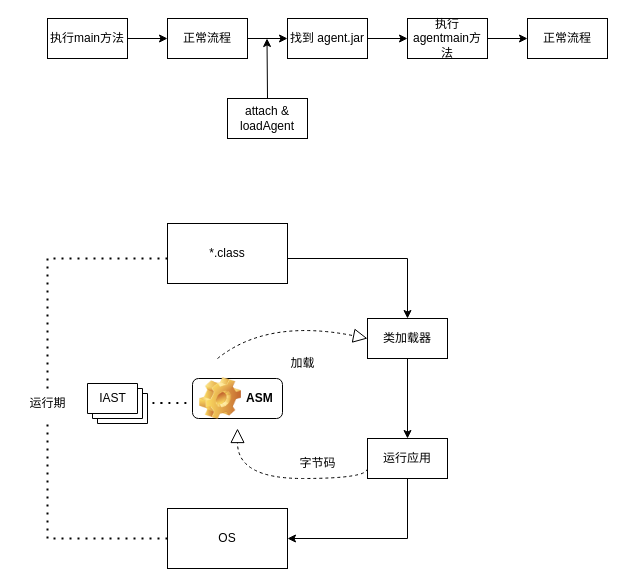
The draw.io diagram 未命名绘图.drawio in zzzskd/pictureandor, before the edit. Source tidied: cells renumbered, new cells numbered last; positions are measured from the earlier drawing's top-left corner, leaving out a move shared by most shapes. Both pictures are drawn from the tidied source at 100%, with x=0, y=0 at pixel (17, 18).
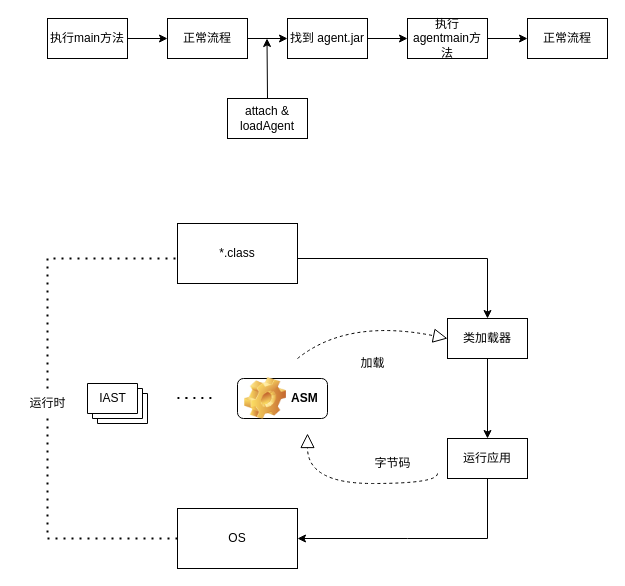
After the change.

Commit message:
更新未命名绘图.drawio

Diff of the diagram source:
```diff
@@
     <mxCell id="13" value="*.class" style="rounded=0;whiteSpace=wrap;html=1;" parent="1" vertex="1">
-      <mxGeometry x="150" y="205" width="120" height="60" as="geometry" />
+      <mxGeometry x="160" y="205" width="120" height="60" as="geometry" />
     </mxCell>
     <mxCell id="14" value="OS" style="rounded=0;whiteSpace=wrap;html=1;" parent="1" vertex="1">
-      <mxGeometry x="150" y="490" width="120" height="60" as="geometry" />
+      <mxGeometry x="160" y="490" width="120" height="60" as="geometry" />
     </mxCell>
     <mxCell id="15" value="类加载器" style="rounded=0;whiteSpace=wrap;html=1;" parent="1" vertex="1">
-      <mxGeometry x="350" y="300" width="80" height="40" as="geometry" />
+      <mxGeometry x="430" y="300" width="80" height="40" as="geometry" />
     </mxCell>
     <mxCell id="16" value="运行应用" style="rounded=0;whiteSpace=wrap;html=1;" parent="1" vertex="1">
-      <mxGeometry x="350" y="420" width="80" height="40" as="geometry" />
+      <mxGeometry x="430" y="420" width="80" height="40" as="geometry" />
     </mxCell>
     <mxCell id="17" value="ASM" style="label;whiteSpace=wrap;html=1;image=img/clipart/Gear_128x128.png;" parent="1" vertex="1">
-      <mxGeometry x="175" y="360" width="90" height="40" as="geometry" />
+      <mxGeometry x="220" y="360" width="90" height="40" as="geometry" />
     </mxCell>
-    <mxCell id="18" style="endArrow=classic;html=1;rounded=0;" parent="1" edge="1">
+    <mxCell id="18" style="endArrow=classic;html=1;rounded=0;entryX=0.5;entryY=0;entryDx=0;entryDy=0;" parent="1" edge="1" target="15">
       <mxGeometry relative="1" as="geometry">
-        <mxPoint x="270" y="240" as="sourcePoint" />
-        <mxPoint x="390" y="300" as="targetPoint" />
+        <mxPoint x="280" y="240" as="sourcePoint" />
         <Array as="points">
-          <mxPoint x="390" y="240" />
+          <mxPoint x="470" y="240" />
         </Array>
       </mxGeometry>
     </mxCell>
-    <mxCell id="19" style="endArrow=classic;html=1;rounded=0;entryX=0.5;entryY=0;entryDx=0;entryDy=0;" parent="1" edge="1" target="16">
-      <mxGeometry relative="1" as="geometry">
-        <mxPoint x="390" y="340" as="sourcePoint" />
-      </mxGeometry>
+    <mxCell id="19" style="endArrow=classic;html=1;rounded=0;entryX=0.5;entryY=0;entryDx=0;entryDy=0;exitX=0.5;exitY=1;exitDx=0;exitDy=0;" parent="1" edge="1" source="15" target="16">
+      <mxGeometry relative="1" as="geometry" />
     </mxCell>
-    <mxCell id="20" style="endArrow=classic;html=1;rounded=0;entryX=1;entryY=0.5;entryDx=0;entryDy=0;" parent="1" edge="1" target="14">
+    <mxCell id="20" style="endArrow=classic;html=1;rounded=0;entryX=1;entryY=0.5;entryDx=0;entryDy=0;exitX=0.5;exitY=1;exitDx=0;exitDy=0;" parent="1" edge="1" source="16" target="14">
       <mxGeometry x="-1" y="-32" relative="1" as="geometry">
-        <mxPoint x="390" y="460" as="sourcePoint" />
         <Array as="points">
+          <mxPoint x="470" y="520" />
           <mxPoint x="390" y="520" />
         </Array>
         <mxPoint x="-33" y="7" as="offset" />
       </mxGeometry>
     </mxCell>
     <mxCell id="21" style="endArrow=none;dashed=1;html=1;dashPattern=1 3;strokeWidth=2;rounded=0;startArrow=none;" parent="1" edge="1" source="26">
       <mxGeometry x="0.26" y="60" relative="1" as="geometry">
-        <mxPoint x="150" y="240" as="targetPoint" />
+        <mxPoint x="160" y="240" as="targetPoint" />
         <Array as="points">
           <mxPoint x="30" y="240" />
         </Array>
       </mxGeometry>
     </mxCell>
     <mxCell id="22" style="endArrow=block;dashed=1;endFill=0;endSize=12;html=1;rounded=0;edgeStyle=orthogonalEdgeStyle;curved=1;" parent="1" edge="1">
       <mxGeometry relative="1" as="geometry">
-        <mxPoint x="350" y="450" as="sourcePoint" />
-        <mxPoint x="220" y="410" as="targetPoint" />
+        <mxPoint x="420" y="455" as="sourcePoint" />
+        <mxPoint x="290" y="415" as="targetPoint" />
         <Array as="points">
-          <mxPoint x="350" y="460" />
-          <mxPoint x="220" y="460" />
+          <mxPoint x="420" y="465" />
+          <mxPoint x="290" y="465" />
         </Array>
       </mxGeometry>
     </mxCell>
     <mxCell id="23" value="字节码" style="text;html=1;align=center;verticalAlign=middle;strokeColor=none;fillColor=none;" parent="1" vertex="1">
-      <mxGeometry x="270" y="430" width="60" height="30" as="geometry" />
+      <mxGeometry x="345" y="430" width="60" height="30" as="geometry" />
     </mxCell>
     <mxCell id="24" style="endArrow=block;dashed=1;endFill=0;endSize=12;html=1;rounded=0;curved=1;" parent="1" edge="1">
       <mxGeometry relative="1" as="geometry">
-        <mxPoint x="200" y="340" as="sourcePoint" />
-        <mxPoint x="350" y="320" as="targetPoint" />
+        <mxPoint x="280" y="340" as="sourcePoint" />
+        <mxPoint x="430" y="320" as="targetPoint" />
         <Array as="points">
-          <mxPoint x="250" y="300" />
+          <mxPoint x="330" y="300" />
         </Array>
       </mxGeometry>
     </mxCell>
     <mxCell id="25" value="加载" style="text;html=1;align=center;verticalAlign=middle;strokeColor=none;fillColor=none;" parent="1" vertex="1">
-      <mxGeometry x="260" y="330" width="50" height="30" as="geometry" />
+      <mxGeometry x="330" y="330" width="50" height="30" as="geometry" />
     </mxCell>
-    <mxCell id="26" value="运行期" style="text;html=1;align=center;verticalAlign=middle;points=[];strokeColor=none;fillColor=none;" parent="1" vertex="1">
+    <mxCell id="26" value="运行时" style="text;html=1;align=center;verticalAlign=middle;points=[];strokeColor=none;fillColor=none;" parent="1" vertex="1">
       <mxGeometry y="370" width="60" height="30" as="geometry" />
     </mxCell>
-    <mxCell id="27" style="endArrow=none;dashed=1;html=1;dashPattern=1 3;strokeWidth=2;rounded=0;" parent="1" edge="1" target="26">
+    <mxCell id="27" style="endArrow=none;dashed=1;html=1;dashPattern=1 3;strokeWidth=2;rounded=0;exitX=0;exitY=0.5;exitDx=0;exitDy=0;" parent="1" edge="1" source="14" target="26">
       <mxGeometry x="0.26" y="60" relative="1" as="geometry">
-        <mxPoint x="150" y="520" as="sourcePoint" />
         <Array as="points">
           <mxPoint x="30" y="520" />
         </Array>
       </mxGeometry>
     </mxCell>
     <mxCell id="28" style="endArrow=none;dashed=1;html=1;dashPattern=1 3;strokeWidth=2;rounded=0;curved=1;" parent="1" edge="1">
       <mxGeometry relative="1" as="geometry">
-        <mxPoint x="135" y="384.5" as="sourcePoint" />
-        <mxPoint x="175" y="384.5" as="targetPoint" />
+        <mxPoint x="160" y="379.5" as="sourcePoint" />
+        <mxPoint x="200" y="379.5" as="targetPoint" />
       </mxGeometry>
     </mxCell>
```
